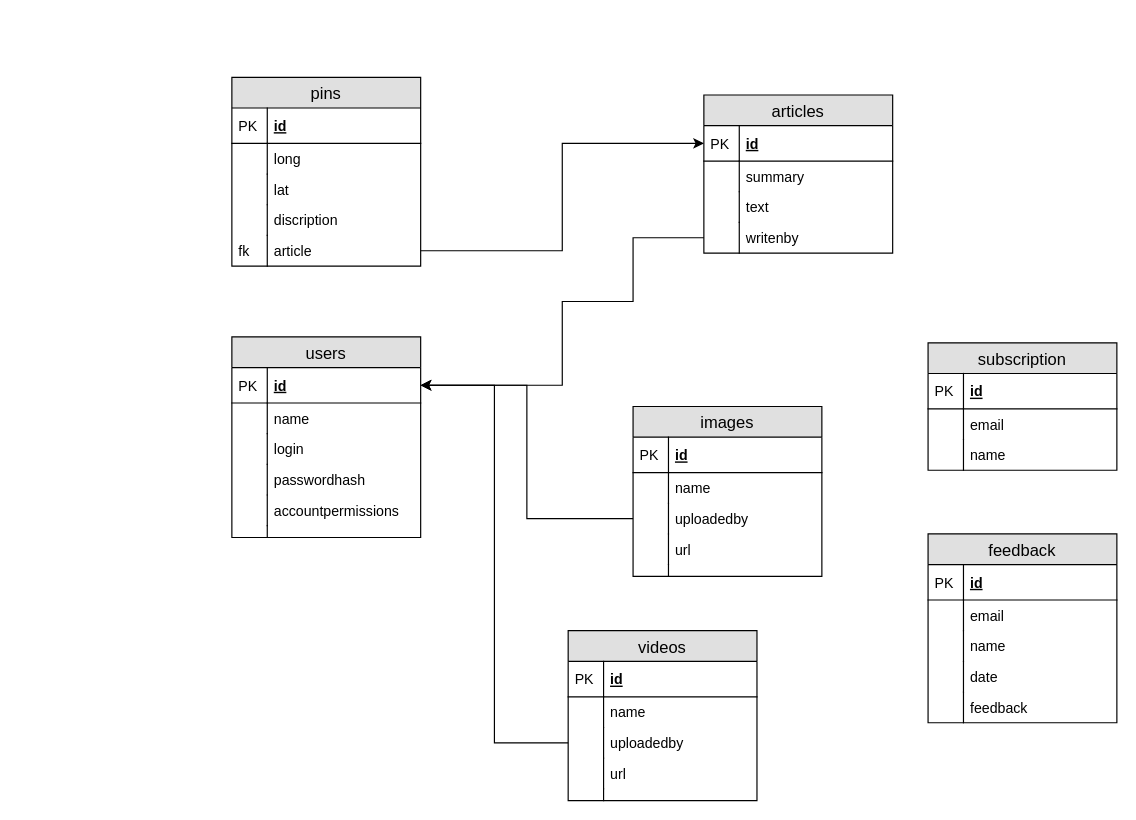
Before: documentation/databaseDiagram.drawio in CurtisPreston99/TuriteaWebResources, a draw.io diagram. Source tidied: cells renumbered, new cells numbered last; positions are measured from the earlier drawing's top-left corner, leaving out a move shared by most shapes. Both pictures are drawn from the tidied source at 118%, with x=0, y=0 at pixel (231, 77).
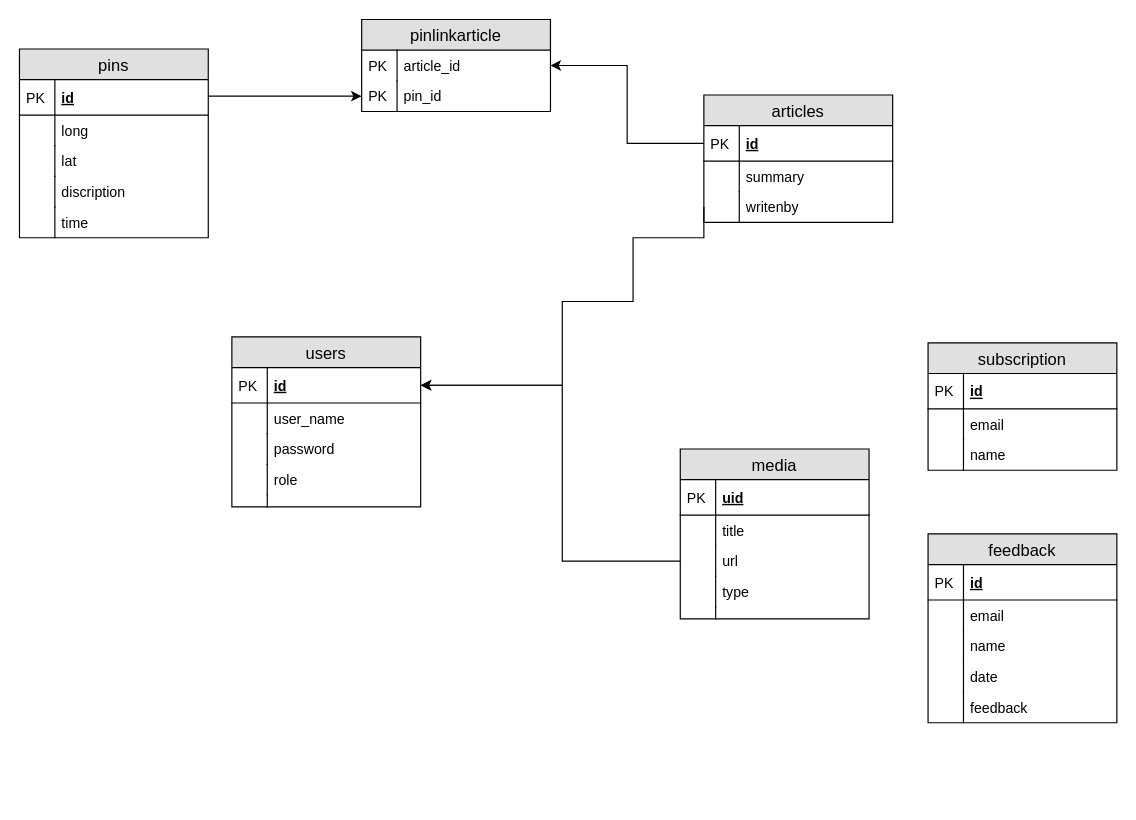
The same diagram, later.

Unchanged cells that the change refers to:
```xml
<mxCell id="3" value="id" style="shape=partialRectangle;top=0;left=0;right=0;bottom=1;align=left;verticalAlign=middle;fillColor=none;spacingLeft=34;spacingRight=4;overflow=hidden;points=[[0,0.5],[1,0.5]];portConstraint=eastwest;fontStyle=5;fontSize=12;" parent="2" vertex="1">
  <mxGeometry y="26" width="160" height="30" as="geometry" />
</mxCell>
<mxCell id="35" value="id" style="shape=partialRectangle;top=0;left=0;right=0;bottom=1;align=left;verticalAlign=middle;fillColor=none;spacingLeft=34;spacingRight=4;overflow=hidden;points=[[0,0.5],[1,0.5]];portConstraint=eastwest;fontStyle=5;fontSize=12;" parent="34" vertex="1">
  <mxGeometry y="26" width="160" height="30" as="geometry" />
</mxCell>
```

What changed in the source:
```diff
@@
     <mxCell id="2" value="articles" style="swimlane;fontStyle=0;horizontal=1;startSize=26;fillColor=#e0e0e0;swimlaneFillColor=#ffffff;align=center;fontSize=14;" parent="1" vertex="1">
-      <mxGeometry x="400" y="15" width="160" height="134" as="geometry" />
+      <mxGeometry x="400" y="15" width="160" height="108" as="geometry" />
     </mxCell>
@@
-    <mxCell id="7" value="text" style="shape=partialRectangle;top=0;left=0;right=0;bottom=0;align=left;verticalAlign=top;fillColor=none;spacingLeft=34;spacingRight=4;overflow=hidden;fontSize=12;" parent="2" vertex="1">
-      <mxGeometry y="82" width="160" height="26" as="geometry" />
-    </mxCell>
-    <mxCell id="8" style="shape=partialRectangle;top=0;left=0;bottom=0;fillColor=none;align=left;verticalAlign=top;spacingLeft=4;spacingRight=4;overflow=hidden;fontSize=12;" parent="7" vertex="1">
-      <mxGeometry width="30" height="26" as="geometry" />
-    </mxCell>
     <mxCell id="9" value="writenby" style="shape=partialRectangle;top=0;left=0;right=0;bottom=0;align=left;verticalAlign=top;fillColor=none;spacingLeft=34;spacingRight=4;overflow=hidden;points=[[0,0.5],[1,0.5]];portConstraint=eastwest;fontSize=12;" parent="2" vertex="1">
-      <mxGeometry y="108" width="160" height="26" as="geometry" />
+      <mxGeometry y="82" width="160" height="26" as="geometry" />
     </mxCell>
@@
+    <mxCell id="79" style="edgeStyle=orthogonalEdgeStyle;rounded=0;jettySize=auto;html=1;exitX=1;exitY=0.25;exitDx=0;exitDy=0;entryX=0;entryY=0.5;entryDx=0;entryDy=0;" parent="1" edge="1" source="11" target="83">
+      <mxGeometry relative="1" as="geometry" />
+    </mxCell>
     <mxCell id="11" value="pins" style="swimlane;fontStyle=0;horizontal=1;startSize=26;fillColor=#e0e0e0;swimlaneFillColor=#ffffff;align=center;fontSize=14;" parent="1" vertex="1">
-      <mxGeometry width="160" height="160" as="geometry" />
+      <mxGeometry x="-180" y="-24" width="160" height="160" as="geometry" />
     </mxCell>
@@
-    <mxCell id="20" value="article" style="shape=partialRectangle;top=0;left=0;right=0;bottom=0;align=left;verticalAlign=top;fillColor=none;spacingLeft=34;spacingRight=4;overflow=hidden;points=[[0,0.5],[1,0.5]];portConstraint=eastwest;fontSize=12;" parent="11" vertex="1">
+    <mxCell id="20" value="time" style="shape=partialRectangle;top=0;left=0;right=0;bottom=0;align=left;verticalAlign=top;fillColor=none;spacingLeft=34;spacingRight=4;overflow=hidden;points=[[0,0.5],[1,0.5]];portConstraint=eastwest;fontSize=12;" parent="11" vertex="1">
       <mxGeometry y="134" width="160" height="26" as="geometry" />
     </mxCell>
-    <mxCell id="21" value="fk" style="shape=partialRectangle;top=0;left=0;bottom=0;fillColor=none;align=left;verticalAlign=top;spacingLeft=4;spacingRight=4;overflow=hidden;fontSize=12;" parent="20" vertex="1">
+    <mxCell id="21" style="shape=partialRectangle;top=0;left=0;bottom=0;fillColor=none;align=left;verticalAlign=top;spacingLeft=4;spacingRight=4;overflow=hidden;fontSize=12;" parent="20" vertex="1">
       <mxGeometry width="30" height="26" as="geometry" />
     </mxCell>
-    <mxCell id="22" style="edgeStyle=orthogonalEdgeStyle;rounded=0;jettySize=auto;html=1;exitX=1;exitY=0.5;exitDx=0;exitDy=0;entryX=0;entryY=0.5;entryDx=0;entryDy=0;" parent="1" edge="1" source="20" target="3">
-      <mxGeometry relative="1" as="geometry" />
-    </mxCell>
-    <mxCell id="23" value="images" style="swimlane;fontStyle=0;horizontal=1;startSize=26;fillColor=#e0e0e0;swimlaneFillColor=#ffffff;align=center;fontSize=14;" parent="1" vertex="1">
-      <mxGeometry x="340" y="279" width="160" height="144" as="geometry" />
-    </mxCell>
-    <mxCell id="24" value="id" style="shape=partialRectangle;top=0;left=0;right=0;bottom=1;align=left;verticalAlign=middle;fillColor=none;spacingLeft=34;spacingRight=4;overflow=hidden;fontStyle=5;fontSize=12;" parent="23" vertex="1">
-      <mxGeometry y="26" width="160" height="30" as="geometry" />
-    </mxCell>
-    <mxCell id="25" value="PK" style="shape=partialRectangle;top=0;left=0;bottom=0;fillColor=none;align=left;verticalAlign=middle;spacingLeft=4;spacingRight=4;overflow=hidden;fontSize=12;" parent="24" vertex="1">
-      <mxGeometry width="30" height="30" as="geometry" />
-    </mxCell>
-    <mxCell id="26" value="name" style="shape=partialRectangle;top=0;left=0;right=0;bottom=0;align=left;verticalAlign=top;fillColor=none;spacingLeft=34;spacingRight=4;overflow=hidden;fontSize=12;" parent="23" vertex="1">
-      <mxGeometry y="56" width="160" height="26" as="geometry" />
-    </mxCell>
-    <mxCell id="27" style="shape=partialRectangle;top=0;left=0;bottom=0;fillColor=none;align=left;verticalAlign=top;spacingLeft=4;spacingRight=4;overflow=hidden;fontSize=12;" parent="26" vertex="1">
-      <mxGeometry width="30" height="26" as="geometry" />
-    </mxCell>
-    <mxCell id="28" value="uploadedby" style="shape=partialRectangle;top=0;left=0;right=0;bottom=0;align=left;verticalAlign=top;fillColor=none;spacingLeft=34;spacingRight=4;overflow=hidden;points=[[0,0.5],[1,0.5]];portConstraint=eastwest;fontSize=12;" parent="23" vertex="1">
-      <mxGeometry y="82" width="160" height="26" as="geometry" />
-    </mxCell>
-    <mxCell id="29" style="shape=partialRectangle;top=0;left=0;bottom=0;fillColor=none;align=left;verticalAlign=top;spacingLeft=4;spacingRight=4;overflow=hidden;fontSize=12;" parent="28" vertex="1">
-      <mxGeometry width="30" height="26" as="geometry" />
-    </mxCell>
-    <mxCell id="30" value="url" style="shape=partialRectangle;top=0;left=0;right=0;bottom=0;align=left;verticalAlign=top;fillColor=none;spacingLeft=34;spacingRight=4;overflow=hidden;fontSize=12;" parent="23" vertex="1">
-      <mxGeometry y="108" width="160" height="26" as="geometry" />
-    </mxCell>
-    <mxCell id="31" style="shape=partialRectangle;top=0;left=0;bottom=0;fillColor=none;align=left;verticalAlign=top;spacingLeft=4;spacingRight=4;overflow=hidden;fontSize=12;" parent="30" vertex="1">
-      <mxGeometry width="30" height="26" as="geometry" />
-    </mxCell>
-    <mxCell id="32" style="shape=partialRectangle;top=0;left=0;right=0;bottom=0;align=left;verticalAlign=top;fillColor=none;spacingLeft=34;spacingRight=4;overflow=hidden;fontSize=12;" parent="23" vertex="1">
-      <mxGeometry y="134" width="160" height="10" as="geometry" />
-    </mxCell>
-    <mxCell id="33" style="shape=partialRectangle;top=0;left=0;bottom=0;fillColor=none;align=left;verticalAlign=top;spacingLeft=4;spacingRight=4;overflow=hidden;fontSize=12;" parent="32" vertex="1">
-      <mxGeometry width="30" height="10" as="geometry" />
-    </mxCell>
     <mxCell id="34" value="users" style="swimlane;fontStyle=0;horizontal=1;startSize=26;fillColor=#e0e0e0;swimlaneFillColor=#ffffff;align=center;fontSize=14;" parent="1" vertex="1">
-      <mxGeometry y="220" width="160" height="170" as="geometry" />
+      <mxGeometry y="220" width="160" height="144" as="geometry" />
     </mxCell>
@@
-    <mxCell id="37" value="name" style="shape=partialRectangle;top=0;left=0;right=0;bottom=0;align=left;verticalAlign=top;fillColor=none;spacingLeft=34;spacingRight=4;overflow=hidden;fontSize=12;" parent="34" vertex="1">
+    <mxCell id="37" value="user_name" style="shape=partialRectangle;top=0;left=0;right=0;bottom=0;align=left;verticalAlign=top;fillColor=none;spacingLeft=34;spacingRight=4;overflow=hidden;fontSize=12;" parent="34" vertex="1">
       <mxGeometry y="56" width="160" height="26" as="geometry" />
     </mxCell>
@@
-    <mxCell id="39" value="login" style="shape=partialRectangle;top=0;left=0;right=0;bottom=0;align=left;verticalAlign=top;fillColor=none;spacingLeft=34;spacingRight=4;overflow=hidden;fontSize=12;" parent="34" vertex="1">
-      <mxGeometry y="82" width="160" height="26" as="geometry" />
-    </mxCell>
-    <mxCell id="40" style="shape=partialRectangle;top=0;left=0;bottom=0;fillColor=none;align=left;verticalAlign=top;spacingLeft=4;spacingRight=4;overflow=hidden;fontSize=12;" parent="39" vertex="1">
-      <mxGeometry width="30" height="26" as="geometry" />
-    </mxCell>
-    <mxCell id="41" value="passwordhash" style="shape=partialRectangle;top=0;left=0;right=0;bottom=0;align=left;verticalAlign=top;fillColor=none;spacingLeft=34;spacingRight=4;overflow=hidden;fontSize=12;" parent="34" vertex="1">
-      <mxGeometry y="108" width="160" height="26" as="geometry" />
+    <mxCell id="41" value="password" style="shape=partialRectangle;top=0;left=0;right=0;bottom=0;align=left;verticalAlign=top;fillColor=none;spacingLeft=34;spacingRight=4;overflow=hidden;fontSize=12;" parent="34" vertex="1">
+      <mxGeometry y="82" width="160" height="26" as="geometry" />
     </mxCell>
@@
-    <mxCell id="43" value="accountpermissions" style="shape=partialRectangle;top=0;left=0;right=0;bottom=0;align=left;verticalAlign=top;fillColor=none;spacingLeft=34;spacingRight=4;overflow=hidden;fontSize=12;" parent="34" vertex="1">
-      <mxGeometry y="134" width="160" height="26" as="geometry" />
+    <mxCell id="43" value="role" style="shape=partialRectangle;top=0;left=0;right=0;bottom=0;align=left;verticalAlign=top;fillColor=none;spacingLeft=34;spacingRight=4;overflow=hidden;fontSize=12;" parent="34" vertex="1">
+      <mxGeometry y="108" width="160" height="26" as="geometry" />
     </mxCell>
@@
     <mxCell id="45" style="shape=partialRectangle;top=0;left=0;right=0;bottom=0;align=left;verticalAlign=top;fillColor=none;spacingLeft=34;spacingRight=4;overflow=hidden;fontSize=12;" parent="34" vertex="1">
-      <mxGeometry y="160" width="160" height="10" as="geometry" />
+      <mxGeometry y="134" width="160" height="10" as="geometry" />
     </mxCell>
@@
-    <mxCell id="47" value="videos" style="swimlane;fontStyle=0;horizontal=1;startSize=26;fillColor=#e0e0e0;swimlaneFillColor=#ffffff;align=center;fontSize=14;" parent="1" vertex="1">
-      <mxGeometry x="285" y="469" width="160" height="144" as="geometry" />
+    <mxCell id="47" value="media" style="swimlane;fontStyle=0;horizontal=1;startSize=26;fillColor=#e0e0e0;swimlaneFillColor=#ffffff;align=center;fontSize=14;" parent="1" vertex="1">
+      <mxGeometry x="380" y="315" width="160" height="144" as="geometry" />
     </mxCell>
-    <mxCell id="48" value="id" style="shape=partialRectangle;top=0;left=0;right=0;bottom=1;align=left;verticalAlign=middle;fillColor=none;spacingLeft=34;spacingRight=4;overflow=hidden;fontStyle=5;fontSize=12;" parent="47" vertex="1">
+    <mxCell id="48" value="uid" style="shape=partialRectangle;top=0;left=0;right=0;bottom=1;align=left;verticalAlign=middle;fillColor=none;spacingLeft=34;spacingRight=4;overflow=hidden;fontStyle=5;fontSize=12;" parent="47" vertex="1">
       <mxGeometry y="26" width="160" height="30" as="geometry" />
     </mxCell>
@@
-    <mxCell id="50" value="name" style="shape=partialRectangle;top=0;left=0;right=0;bottom=0;align=left;verticalAlign=top;fillColor=none;spacingLeft=34;spacingRight=4;overflow=hidden;fontSize=12;" parent="47" vertex="1">
+    <mxCell id="50" value="title" style="shape=partialRectangle;top=0;left=0;right=0;bottom=0;align=left;verticalAlign=top;fillColor=none;spacingLeft=34;spacingRight=4;overflow=hidden;fontSize=12;" parent="47" vertex="1">
       <mxGeometry y="56" width="160" height="26" as="geometry" />
     </mxCell>
@@
-    <mxCell id="52" value="uploadedby" style="shape=partialRectangle;top=0;left=0;right=0;bottom=0;align=left;verticalAlign=top;fillColor=none;spacingLeft=34;spacingRight=4;overflow=hidden;points=[[0,0.5],[1,0.5]];portConstraint=eastwest;fontSize=12;" parent="47" vertex="1">
+    <mxCell id="52" value="url" style="shape=partialRectangle;top=0;left=0;right=0;bottom=0;align=left;verticalAlign=top;fillColor=none;spacingLeft=34;spacingRight=4;overflow=hidden;points=[[0,0.5],[1,0.5]];portConstraint=eastwest;fontSize=12;" parent="47" vertex="1">
       <mxGeometry y="82" width="160" height="26" as="geometry" />
     </mxCell>
@@
-    <mxCell id="54" value="url" style="shape=partialRectangle;top=0;left=0;right=0;bottom=0;align=left;verticalAlign=top;fillColor=none;spacingLeft=34;spacingRight=4;overflow=hidden;fontSize=12;" parent="47" vertex="1">
+    <mxCell id="54" value="type" style="shape=partialRectangle;top=0;left=0;right=0;bottom=0;align=left;verticalAlign=top;fillColor=none;spacingLeft=34;spacingRight=4;overflow=hidden;fontSize=12;" parent="47" vertex="1">
       <mxGeometry y="108" width="160" height="26" as="geometry" />
     </mxCell>
@@
     <mxCell id="59" style="edgeStyle=orthogonalEdgeStyle;rounded=0;jettySize=auto;html=1;exitX=0;exitY=0.5;exitDx=0;exitDy=0;entryX=1;entryY=0.5;entryDx=0;entryDy=0;" parent="1" edge="1" source="52" target="35">
-      <mxGeometry relative="1" as="geometry" />
+      <mxGeometry relative="1" as="geometry">
+        <Array as="points">
+          <mxPoint x="280" y="410" />
+          <mxPoint x="280" y="261" />
+        </Array>
+      </mxGeometry>
     </mxCell>
-    <mxCell id="60" style="edgeStyle=orthogonalEdgeStyle;rounded=0;jettySize=auto;html=1;exitX=0;exitY=0.5;exitDx=0;exitDy=0;entryX=1;entryY=0.5;entryDx=0;entryDy=0;" parent="1" edge="1" source="28" target="35">
-      <mxGeometry relative="1" as="geometry" />
-    </mxCell>
@@
+    <mxCell id="80" value="pinlinkarticle" style="swimlane;fontStyle=0;horizontal=1;startSize=26;fillColor=#e0e0e0;swimlaneFillColor=#ffffff;align=center;fontSize=14;" parent="1" vertex="1">
+      <mxGeometry x="110" y="-49" width="160" height="78" as="geometry" />
+    </mxCell>
+    <mxCell id="81" value="article_id" style="shape=partialRectangle;top=0;left=0;right=0;bottom=0;align=left;verticalAlign=top;fillColor=none;spacingLeft=34;spacingRight=4;overflow=hidden;points=[[0,0.5],[1,0.5]];portConstraint=eastwest;fontSize=12;" parent="80" vertex="1">
+      <mxGeometry y="26" width="160" height="26" as="geometry" />
+    </mxCell>
+    <mxCell id="82" value="PK" style="shape=partialRectangle;top=0;left=0;bottom=0;fillColor=none;align=left;verticalAlign=top;spacingLeft=4;spacingRight=4;overflow=hidden;fontSize=12;" parent="81" vertex="1">
+      <mxGeometry width="30" height="26" as="geometry" />
+    </mxCell>
+    <mxCell id="83" value="pin_id" style="shape=partialRectangle;top=0;left=0;right=0;bottom=0;align=left;verticalAlign=top;fillColor=none;spacingLeft=34;spacingRight=4;overflow=hidden;points=[[0,0.5],[1,0.5]];portConstraint=eastwest;fontSize=12;" parent="80" vertex="1">
+      <mxGeometry y="52" width="160" height="26" as="geometry" />
+    </mxCell>
+    <mxCell id="84" value="PK" style="shape=partialRectangle;top=0;left=0;bottom=0;fillColor=none;align=left;verticalAlign=top;spacingLeft=4;spacingRight=4;overflow=hidden;fontSize=12;" parent="83" vertex="1">
+      <mxGeometry width="30" height="26" as="geometry" />
+    </mxCell>
+    <mxCell id="85" style="edgeStyle=orthogonalEdgeStyle;rounded=0;jettySize=auto;html=1;exitX=0;exitY=0.5;exitDx=0;exitDy=0;entryX=1;entryY=0.5;entryDx=0;entryDy=0;" parent="1" edge="1" source="3" target="81">
+      <mxGeometry relative="1" as="geometry" />
+    </mxCell>
```
